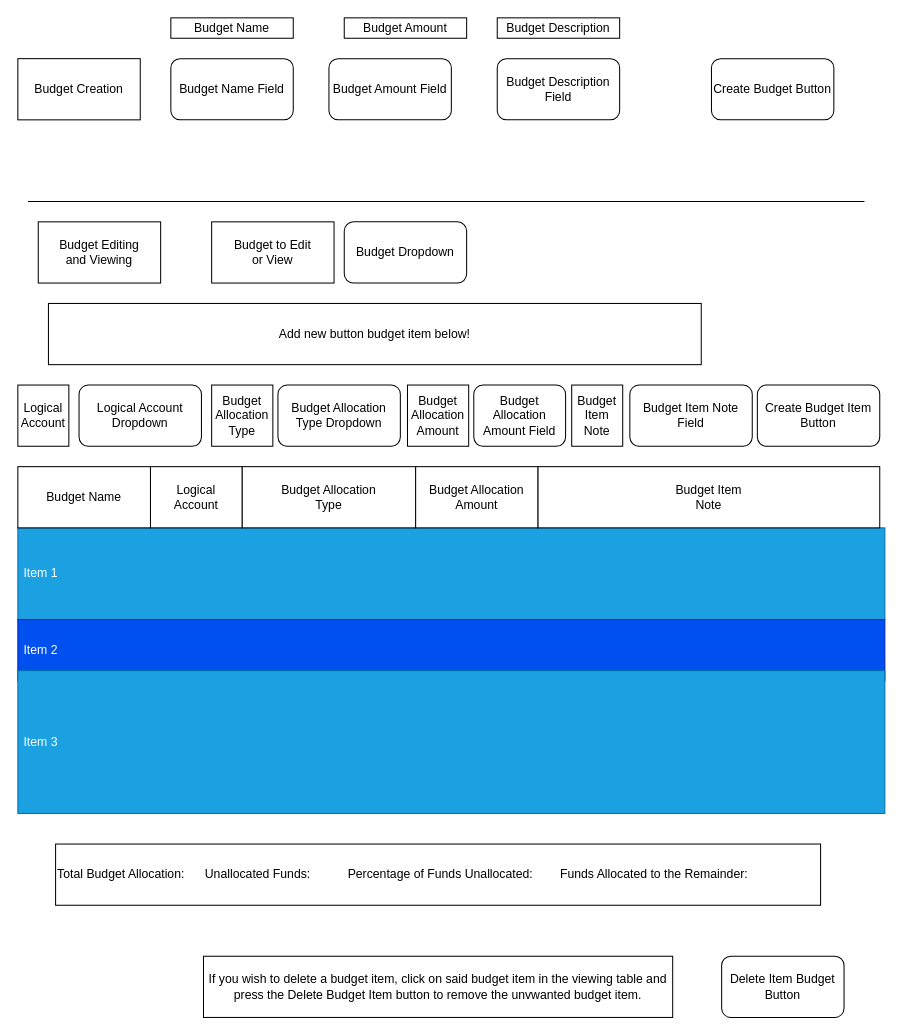
Above: page "Budgeting UI Rought Draft" (3 of 3) of Budgeting UI.drawio in Trenton-Gibson/Python-Finance-Project (draw.io), before the change. Source tidied: cells renumbered, new cells numbered last; positions are measured from the earlier drawing's top-left corner, leaving out a move shared by most shapes. Both pictures are drawn from the tidied source at 102%, with x=0, y=0 at pixel (17, 17).
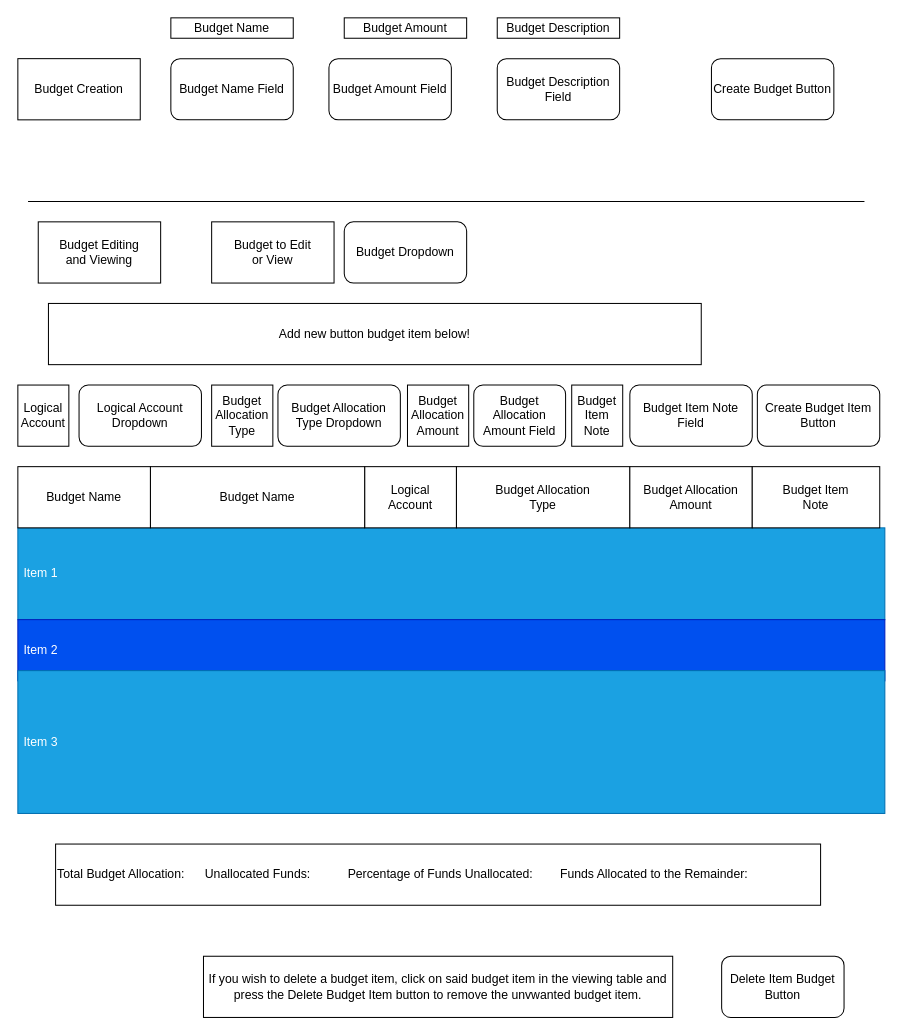
After the change.

Commit message (it also covers changes not shown here):
Budget Item deletion fixed

The edit, as a diff of the source:
```diff
@@
     <mxCell id="28" value="Logical&lt;br&gt;Account" style="rounded=0;whiteSpace=wrap;html=1;" parent="1" vertex="1">
-      <mxGeometry x="130" y="440" width="90" height="60" as="geometry" />
+      <mxGeometry x="340" y="440" width="90" height="60" as="geometry" />
     </mxCell>
     <mxCell id="29" value="Budget Allocation&lt;br&gt;Type" style="rounded=0;whiteSpace=wrap;html=1;" parent="1" vertex="1">
-      <mxGeometry x="220" y="440" width="170" height="60" as="geometry" />
+      <mxGeometry x="430" y="440" width="170" height="60" as="geometry" />
     </mxCell>
     <mxCell id="30" value="Budget Allocation&lt;br&gt;Amount" style="rounded=0;whiteSpace=wrap;html=1;" parent="1" vertex="1">
-      <mxGeometry x="390" y="440" width="120" height="60" as="geometry" />
+      <mxGeometry x="600" y="440" width="120" height="60" as="geometry" />
     </mxCell>
     <mxCell id="31" value="Budget Item&lt;br&gt;Note" style="rounded=0;whiteSpace=wrap;html=1;" parent="1" vertex="1">
-      <mxGeometry x="510" y="440" width="335" height="60" as="geometry" />
+      <mxGeometry x="720" y="440" width="125" height="60" as="geometry" />
     </mxCell>
@@
+    <mxCell id="35" value="Budget Name" style="rounded=0;whiteSpace=wrap;html=1;" parent="1" vertex="1">
+      <mxGeometry x="130" y="440" width="210" height="60" as="geometry" />
+    </mxCell>
```
